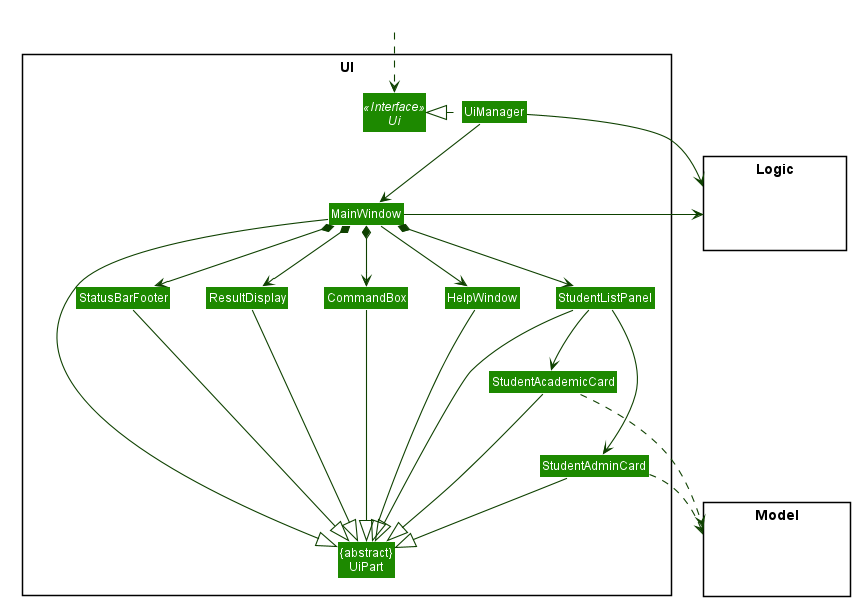
nus-cs2103-AY2021S1/tp keeps this PlantUML diagram as docs/images/UiClassDiagram.png. Above is the earlier version.
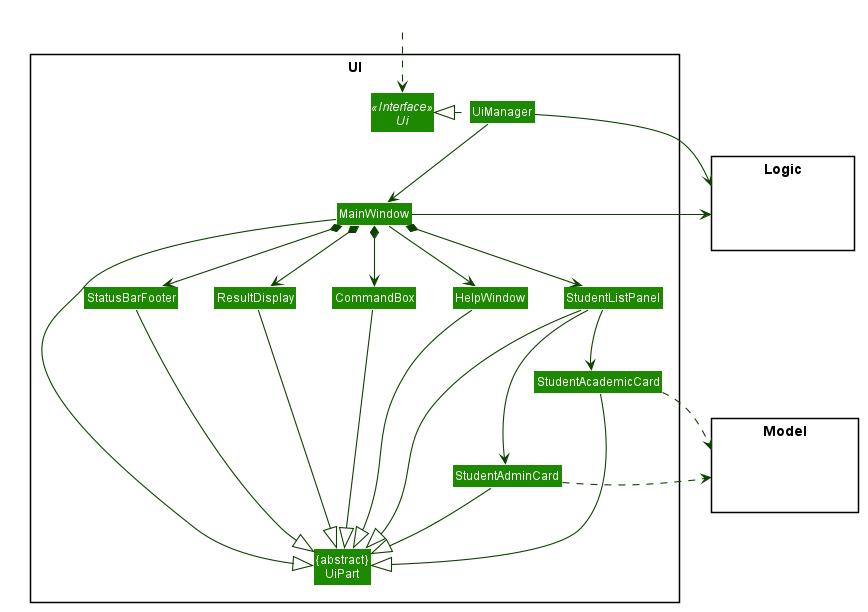
Above is the later version.

What changed in the source:
```diff
@@ -84,7 +84,7 @@
 MainWindow *-down-> StudentListPanel
 MainWindow *-down-> StatusBarFooter
 
-StudentListPanel -down-> StudentAdminCard
+StudentListPanel --> StudentAdminCard
 StudentListPanel --> StudentAcademicCard
 
 MainWindow -left-|> UiPart
@@ -98,7 +98,7 @@
 HelpWindow -down-|> UiPart
 
 StudentAcademicCard ..> Model
-StudentAdminCard ..> Model
+StudentAdminCard .right.> Model
 UiManager -right-> Logic
 MainWindow -left-> Logic
 
```
